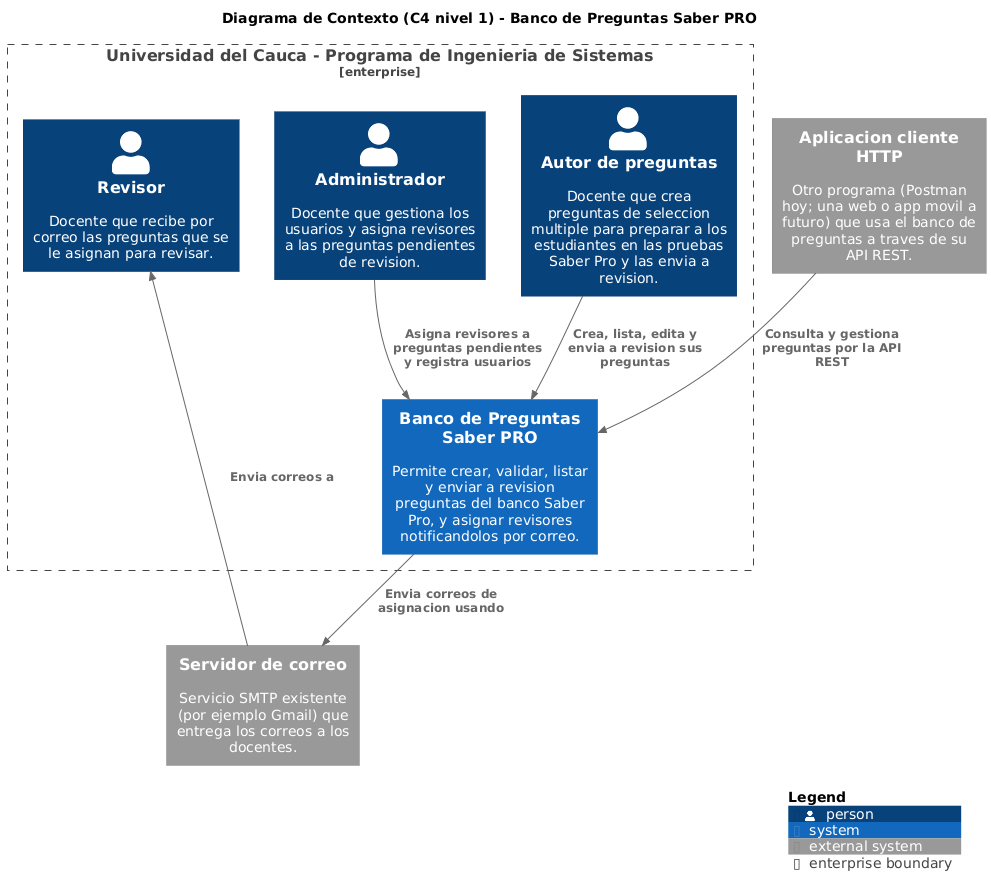
Before: docs/diagramas/c4-contexto.png, a diagram exported from PlantUML (martinezgrasantiago214/BANCO_PREGUNTAS_SABER_PRO).
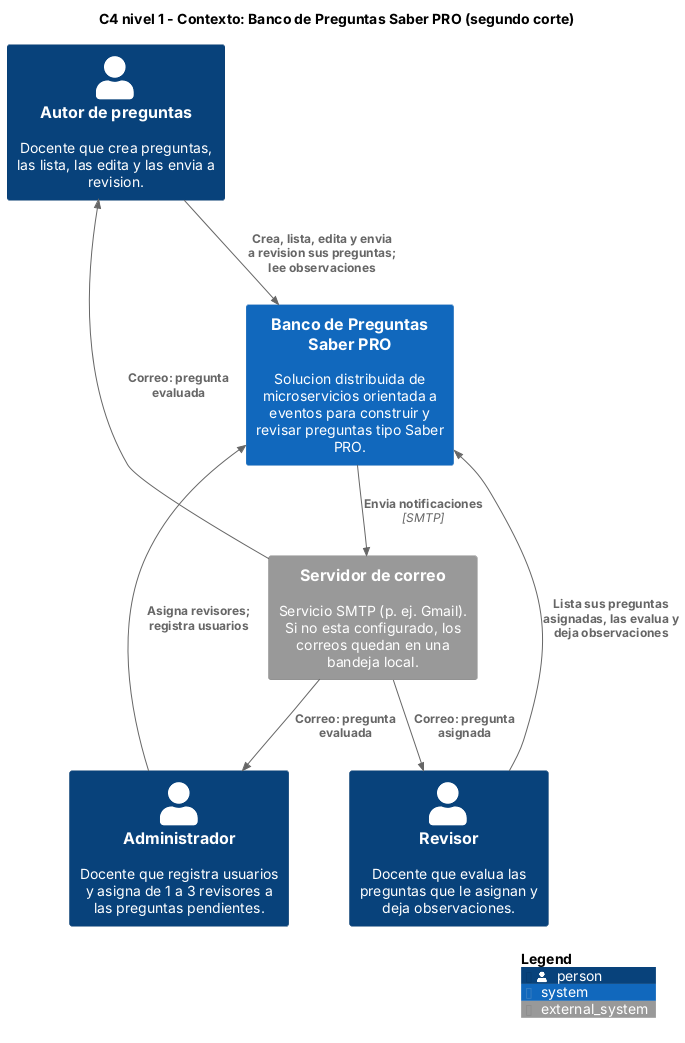
After the change.

What changed in the source:
```diff
@@ -1,23 +1,22 @@
 @startuml c4-contexto
-!include /tmp/claude-0/-home-claude/7677e42f-18b4-5b57-a16f-613e6b074a1f/scratchpad/puml/c4/C4_Context.puml
+!include <C4/C4_Context>
 LAYOUT_TOP_DOWN()
-title Diagrama de Contexto (C4 nivel 1) - Banco de Preguntas Saber PRO
+title C4 nivel 1 - Contexto: Banco de Preguntas Saber PRO (segundo corte)
 
-Enterprise_Boundary(unicauca, "Universidad del Cauca - Programa de Ingenieria de Sistemas") {
-  Person(autor, "Autor de preguntas", "Docente que crea preguntas de seleccion multiple para preparar a los estudiantes en las pruebas Saber Pro y las envia a revision.")
-  Person(admin, "Administrador", "Docente que gestiona los usuarios y asigna revisores a las preguntas pendientes de revision.")
-  Person(revisor, "Revisor", "Docente que recibe por correo las preguntas que se le asignan para revisar.")
-  System(banco, "Banco de Preguntas Saber PRO", "Permite crear, validar, listar y enviar a revision preguntas del banco Saber Pro, y asignar revisores notificandolos por correo.")
-}
+Person(autor, "Autor de preguntas", "Docente que crea preguntas, las lista, las edita y las envia a revision.")
+Person(admin, "Administrador", "Docente que registra usuarios y asigna de 1 a 3 revisores a las preguntas pendientes.")
+Person(revisor, "Revisor", "Docente que evalua las preguntas que le asignan y deja observaciones.")
 
-System_Ext(correo, "Servidor de correo", "Servicio SMTP existente (por ejemplo Gmail) que entrega los correos a los docentes.")
-System_Ext(cliente, "Aplicacion cliente HTTP", "Otro programa (Postman hoy; una web o app movil a futuro) que usa el banco de preguntas a traves de su API REST.")
+System(banco, "Banco de Preguntas Saber PRO", "Solucion distribuida de microservicios orientada a eventos para construir y revisar preguntas tipo Saber PRO.")
+System_Ext(correo, "Servidor de correo", "Servicio SMTP (p. ej. Gmail). Si no esta configurado, los correos quedan en una bandeja local.")
 
-Rel(autor, banco, "Crea, lista, edita y envia a revision sus preguntas")
-Rel(admin, banco, "Asigna revisores a preguntas pendientes y registra usuarios")
-Rel(cliente, banco, "Consulta y gestiona preguntas por la API REST")
-Rel(banco, correo, "Envia correos de asignacion usando")
-Rel(correo, revisor, "Envia correos a")
+Rel(autor, banco, "Crea, lista, edita y envia a revision sus preguntas; lee observaciones")
+Rel(admin, banco, "Asigna revisores; registra usuarios")
+Rel(revisor, banco, "Lista sus preguntas asignadas, las evalua y deja observaciones")
+Rel(banco, correo, "Envia notificaciones", "SMTP")
+Rel(correo, revisor, "Correo: pregunta asignada")
+Rel(correo, autor, "Correo: pregunta evaluada")
+Rel(correo, admin, "Correo: pregunta evaluada")
 
 SHOW_LEGEND()
 @enduml
```
